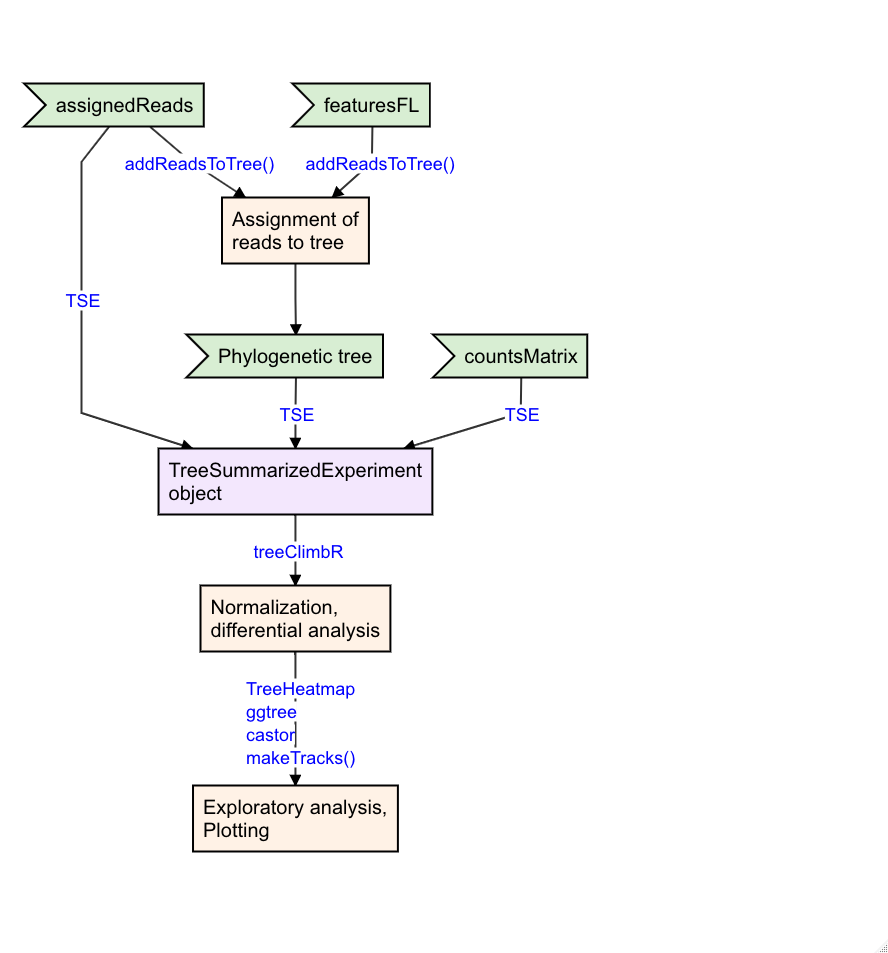
The Mermaid diagram figure/shortRNA/04_tse.png in dktanwar/PhD_thesis, before a commit. Its source is kept beside it as figure/shortRNA/04_tse.mmd.
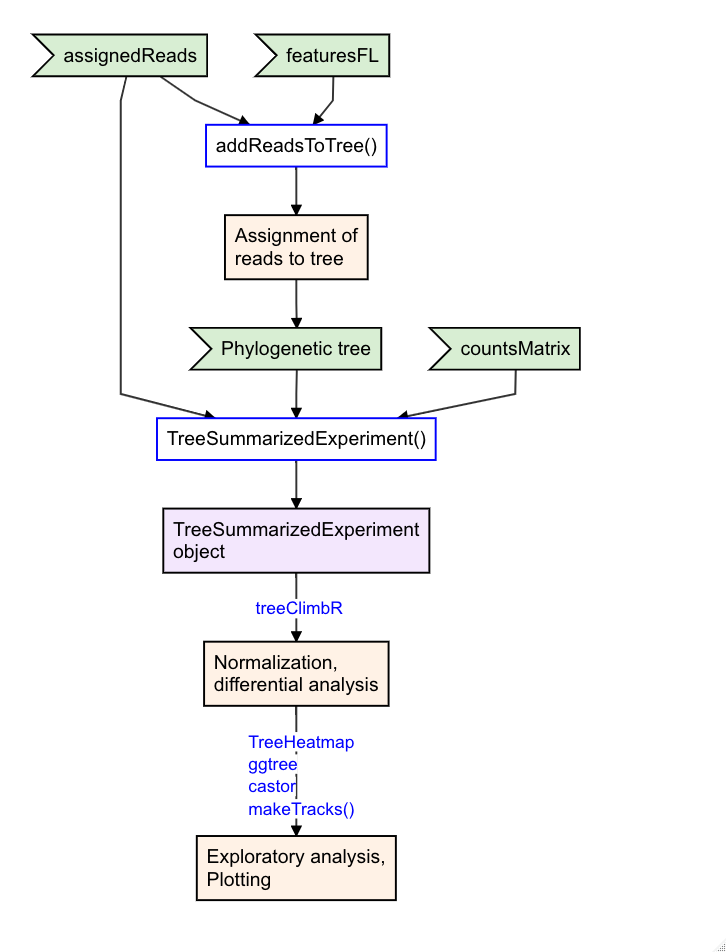
Above is the later version.

Diff of the diagram source:
```diff
@@ -1,12 +1,20 @@
 graph TD
 
-AR>assignedReads]-->|"addReadsToTree()"|tree["Assignment of<br>reads to tree"]
-FL>featuresFL]-->|"addReadsToTree()"|tree
+ART["addReadsToTree()"]
+TSE["TreeSummarizedExperiment()"]
+
+AR>assignedReads]-->ART
+FL>featuresFL]-->ART
+
+
 tree-->pt>Phylogenetic tree]
 
-AR-->|TSE|tse[TreeSummarizedExperiment<br>object]
-pt-->|TSE|tse
-CO>countsMatrix]-->|TSE|tse
+ART-->tree["Assignment of<br>reads to tree"]
+
+AR-->TSE
+pt-->TSE
+CO>countsMatrix]-->TSE
+TSE-->tse[TreeSummarizedExperiment<br>object]
 
 tse-->|treeClimbR|norm[Normalization,<br>differential analysis]
 norm-->|"TreeHeatmap<br>ggtree<br>castor<br>makeTracks()"|eda[Exploratory analysis,<br>Plotting]
@@ -19,4 +27,6 @@
 style norm stroke:black,stroke-width:2px,fill:#fff2e6;
 style eda stroke:black,stroke-width:2px,fill:#fff2e6;
 style tree stroke:black,stroke-width:2px,fill:#fff2e6;
-style tse fill:#F3E7FD,stroke:black,stroke-width:2px
+style tse fill:#F3E7FD,stroke:black,stroke-width:2px;
+style ART stroke:blue,stroke-width:2px,fill:white;
+style TSE stroke:blue,stroke-width:2px,fill:white;
```
